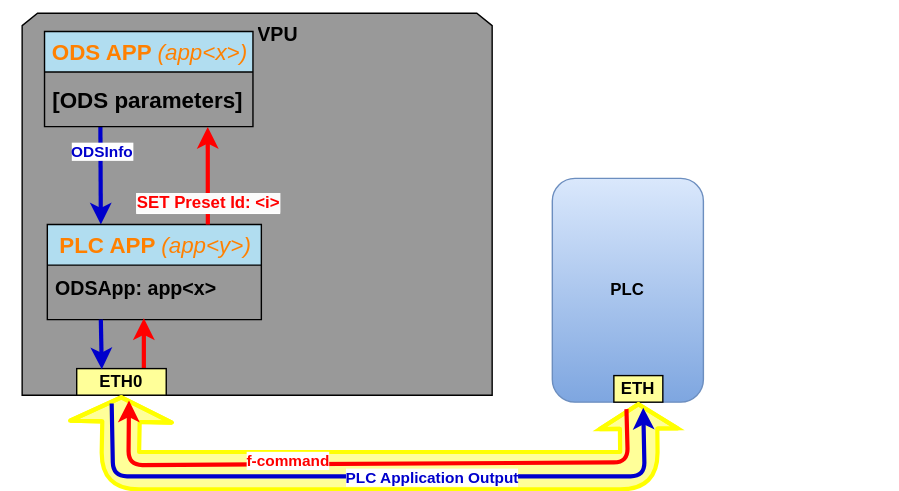
ifm/documentation keeps this draw.io diagram as PLC/plc_resources/plc_vpu_comms.drawio.svg. Above is the earlier version. Source tidied: cells renumbered, new cells last; positions are measured from the earlier drawing's top-left corner, leaving out a move shared by most shapes. The source it was exported from:
```xml
<mxGraphModel>
  <root>
    <mxCell id="0" />
    <mxCell id="1" parent="0" />
    <mxCell id="2" style="group;" parent="1" vertex="1">
      <mxGeometry y="74" width="642" height="273" as="geometry" />
    </mxCell>
    <mxCell id="3" value="&lt;b&gt;PLC&lt;br&gt;&lt;/b&gt;" style="rounded=1;whiteSpace=wrap;html=1;fillColor=#dae8fc;gradientColor=#7ea6e0;strokeColor=#6c8ebf;" parent="2" vertex="1">
      <mxGeometry x="394" y="53" width="108" height="160" as="geometry" />
    </mxCell>
    <mxCell id="4" style="group;" parent="2" vertex="1">
      <mxGeometry x="15" y="-65" width="336" height="276" as="geometry" />
    </mxCell>
    <mxCell id="5" style="shape=loopLimit;whiteSpace=wrap;html=1;size=11;fillColor=#999999;" parent="4" vertex="1">
      <mxGeometry width="336" height="273" as="geometry" />
    </mxCell>
    <mxCell id="6" style="edgeStyle=none;html=1;strokeColor=#0000CC;strokeWidth=3;fontColor=#FF0000;startArrow=none;startFill=0;entryX=0.25;entryY=0;entryDx=0;entryDy=0;exitX=0.268;exitY=1.002;exitDx=0;exitDy=0;exitPerimeter=0;" parent="4" edge="1" source="9" target="12">
      <mxGeometry relative="1" as="geometry" />
    </mxCell>
    <mxCell id="7" value="&lt;b style=&quot;&quot;&gt;&lt;font color=&quot;#0000cc&quot;&gt;ODSInfo&lt;/font&gt;&lt;/b&gt;" style="edgeLabel;html=1;align=center;verticalAlign=middle;fontColor=#FF0000;" parent="6" vertex="1">
      <mxGeometry x="-0.51" relative="1" as="geometry" />
    </mxCell>
    <mxCell id="8" value="&lt;font color=&quot;#ff8000&quot;&gt;ODS APP&amp;nbsp;&lt;i style=&quot;border-color: var(--border-color); font-weight: normal;&quot;&gt;(app&amp;lt;x&amp;gt;)&lt;/i&gt;&lt;/font&gt;" style="swimlane;fontStyle=1;align=center;verticalAlign=middle;horizontal=1;startSize=29;html=1;rounded=0;shadow=0;glass=0;labelBackgroundColor=none;sketch=0;fillStyle=solid;fontSize=16;fontColor=#FFFFFF;fillColor=#B1DDF0;gradientColor=none;" parent="4" vertex="1">
      <mxGeometry x="16" y="13" width="149" height="68" as="geometry" />
    </mxCell>
    <mxCell id="9" value="&lt;font color=&quot;#000000&quot;&gt;&lt;b&gt;[ODS parameters]&lt;/b&gt;&lt;/font&gt;" style="text;html=1;strokeColor=none;fillColor=none;align=left;verticalAlign=middle;spacingLeft=4;spacingRight=4;overflow=hidden;points=[[0,0.5],[1,0.5]];portConstraint=eastwest;rounded=0;shadow=0;glass=0;labelBackgroundColor=none;sketch=0;fillStyle=solid;fontSize=16;fontColor=#FFFFFF;" parent="8" vertex="1">
      <mxGeometry y="29" width="149" height="39" as="geometry" />
    </mxCell>
    <mxCell id="10" value="&lt;div style=&quot;&quot;&gt;&lt;b style=&quot;font-size: 14px; color: rgb(0, 0, 0); background-color: initial;&quot;&gt;VPU&lt;/b&gt;&lt;/div&gt;" style="text;html=1;strokeColor=none;fillColor=none;align=center;verticalAlign=middle;spacingLeft=4;spacingRight=4;overflow=hidden;rounded=0;shadow=0;glass=0;labelBackgroundColor=none;sketch=0;fillStyle=solid;fontSize=16;fontColor=#FFFFFF;" parent="4" vertex="1">
      <mxGeometry x="116" y="-9" width="134" height="46" as="geometry" />
    </mxCell>
    <mxCell id="11" style="group;" parent="4" vertex="1">
      <mxGeometry x="15" y="151" width="153" height="68" as="geometry" />
    </mxCell>
    <mxCell id="12" value="&lt;font color=&quot;#ff8000&quot;&gt;PLC APP &lt;i style=&quot;font-weight: normal;&quot;&gt;(app&amp;lt;y&amp;gt;)&lt;/i&gt;&lt;/font&gt;" style="swimlane;fontStyle=1;align=center;verticalAlign=middle;horizontal=1;startSize=29;html=1;rounded=0;shadow=0;glass=0;labelBackgroundColor=none;sketch=0;fillStyle=solid;fontSize=16;fontColor=#FFFFFF;fillColor=#B1DDF0;gradientColor=none;" parent="11" vertex="1">
      <mxGeometry x="3" width="153" height="68" as="geometry" />
    </mxCell>
    <mxCell id="13" value="&lt;font style=&quot;font-size: 14px;&quot;&gt;&lt;b&gt;&lt;font color=&quot;#000000&quot;&gt;ODSApp: app&amp;lt;x&amp;gt;&lt;/font&gt;&lt;/b&gt;&lt;/font&gt;&lt;b&gt;&lt;font color=&quot;#000000&quot;&gt;&amp;nbsp;&lt;/font&gt;&lt;/b&gt;" style="text;html=1;strokeColor=none;fillColor=none;align=left;verticalAlign=middle;spacingLeft=4;spacingRight=4;overflow=hidden;rounded=0;shadow=0;glass=0;labelBackgroundColor=none;sketch=0;fillStyle=solid;fontSize=16;fontColor=#FFFFFF;" parent="11" vertex="1">
      <mxGeometry x="3.2" y="26.4" width="143.4" height="36.8" as="geometry" />
    </mxCell>
    <mxCell id="14" style="edgeStyle=none;html=1;exitX=0.75;exitY=0;exitDx=0;exitDy=0;entryX=0.783;entryY=1.009;entryDx=0;entryDy=0;entryPerimeter=0;strokeColor=#FF0000;fontSize=9;fontColor=#FF0000;endArrow=classic;endFill=1;strokeWidth=3;" parent="4" edge="1" source="12" target="9">
      <mxGeometry relative="1" as="geometry" />
    </mxCell>
    <mxCell id="15" value="&lt;b style=&quot;border-color: var(--border-color); color: rgb(0, 0, 0); font-size: 12px; text-align: left; background-color: rgb(251, 251, 251);&quot;&gt;&lt;font style=&quot;border-color: var(--border-color);&quot; color=&quot;#ff0000&quot;&gt;SET Preset Id: &amp;lt;i&amp;gt;&lt;/font&gt;&lt;/b&gt;" style="edgeLabel;html=1;align=center;verticalAlign=middle;fontColor=#FF0000;" parent="14" vertex="1">
      <mxGeometry x="-0.34" relative="1" as="geometry">
        <mxPoint y="7" as="offset" />
      </mxGeometry>
    </mxCell>
    <mxCell id="16" style="edgeStyle=none;html=1;exitX=0.75;exitY=0;exitDx=0;exitDy=0;strokeColor=#FF0000;strokeWidth=3;fontColor=#000000;startArrow=none;startFill=0;fillColor=#FFFF99;" parent="4" edge="1" source="17">
      <mxGeometry relative="1" as="geometry">
        <mxPoint x="87" y="218" as="targetPoint" />
      </mxGeometry>
    </mxCell>
    <mxCell id="17" value="&lt;b&gt;&lt;font color=&quot;#000000&quot;&gt;ETH0&lt;/font&gt;&lt;/b&gt;" style="rounded=0;whiteSpace=wrap;html=1;fontColor=#0000CC;fillColor=#FFFF99;" parent="4" vertex="1">
      <mxGeometry x="39" y="254" width="64" height="19" as="geometry" />
    </mxCell>
    <mxCell id="18" style="edgeStyle=none;html=1;exitX=0.25;exitY=1;exitDx=0;exitDy=0;entryX=0.28;entryY=0.022;entryDx=0;entryDy=0;entryPerimeter=0;strokeColor=#0000CC;strokeWidth=3;fontColor=#000000;startArrow=none;startFill=0;fillColor=#FFFF99;" parent="4" edge="1" source="12" target="17">
      <mxGeometry relative="1" as="geometry" />
    </mxCell>
    <mxCell id="19" value="&lt;b&gt;&lt;font color=&quot;#000000&quot;&gt;ETH&lt;/font&gt;&lt;/b&gt;" style="rounded=0;whiteSpace=wrap;html=1;fontColor=#0000CC;fillColor=#FFFF99;" parent="2" vertex="1">
      <mxGeometry x="438" y="194" width="35" height="19" as="geometry" />
    </mxCell>
    <mxCell id="20" style="shape=flexArrow;endArrow=classic;startArrow=classic;html=1;strokeColor=#FFFF00;strokeWidth=3;fontColor=#000000;entryX=0.5;entryY=1;entryDx=0;entryDy=0;exitX=0.5;exitY=1;exitDx=0;exitDy=0;fillColor=#FFFF99;endWidth=43.02521008403361;endSize=4.816326530612245;width=24.745762711864405;startSize=4.816326530612245;startWidth=25.70169491525424;" parent="2" edge="1" source="19" target="17">
      <mxGeometry relative="1" as="geometry">
        <Array as="points">
          <mxPoint x="456" y="262" />
          <mxPoint x="85" y="262" />
        </Array>
      </mxGeometry>
    </mxCell>
    <mxCell id="21" style="edgeStyle=none;html=1;entryX=0.584;entryY=1.202;entryDx=0;entryDy=0;strokeColor=#FF0000;strokeWidth=3;fontColor=#0000CC;startArrow=none;startFill=0;entryPerimeter=0;" parent="2" edge="1" target="17">
      <mxGeometry relative="1" as="geometry">
        <mxPoint x="447" y="218" as="sourcePoint" />
        <Array as="points">
          <mxPoint x="448" y="256" />
          <mxPoint x="91" y="258" />
        </Array>
      </mxGeometry>
    </mxCell>
    <mxCell id="22" value="&lt;b&gt;&lt;font color=&quot;#ff0000&quot;&gt;f-command&lt;/font&gt;&lt;/b&gt;" style="edgeLabel;html=1;align=center;verticalAlign=middle;fontColor=#0000CC;" parent="21" vertex="1">
      <mxGeometry x="0.01" y="-3" relative="1" as="geometry">
        <mxPoint x="-58" as="offset" />
      </mxGeometry>
    </mxCell>
    <mxCell id="23" style="edgeStyle=none;html=1;strokeColor=#0000CC;strokeWidth=3;startArrow=none;startFill=0;" parent="2" edge="1">
      <mxGeometry relative="1" as="geometry">
        <mxPoint x="79" y="214" as="sourcePoint" />
        <mxPoint x="459" y="217" as="targetPoint" />
        <Array as="points">
          <mxPoint x="80" y="266" />
          <mxPoint x="460" y="266" />
        </Array>
      </mxGeometry>
    </mxCell>
    <mxCell id="24" value="&lt;font color=&quot;#0000cc&quot;&gt;&lt;b&gt;PLC Application Output&lt;/b&gt;&lt;/font&gt;" style="edgeLabel;html=1;align=center;verticalAlign=middle;fontColor=#FF0000;" parent="23" vertex="1">
      <mxGeometry x="0.17" relative="1" as="geometry" />
    </mxCell>
  </root>
</mxGraphModel>
```
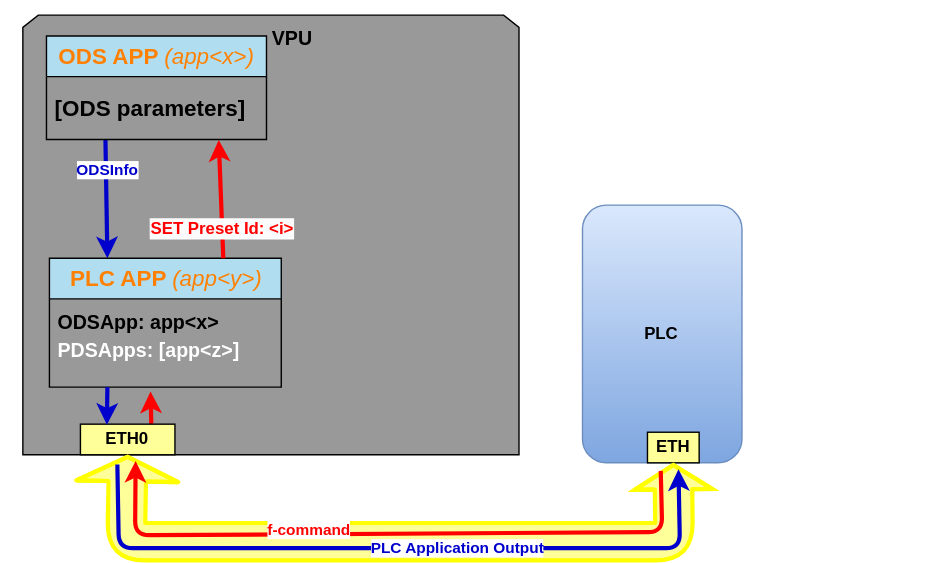
After the change.

Change to the diagram source:
```diff
@@ -3,16 +3,16 @@
     <mxCell id="0" />
     <mxCell id="1" parent="0" />
     <mxCell id="2" style="group;" parent="1" vertex="1">
-      <mxGeometry y="74" width="642" height="273" as="geometry" />
+      <mxGeometry y="74" width="677" height="314" as="geometry" />
     </mxCell>
     <mxCell id="3" value="&lt;b&gt;PLC&lt;br&gt;&lt;/b&gt;" style="rounded=1;whiteSpace=wrap;html=1;fillColor=#dae8fc;gradientColor=#7ea6e0;strokeColor=#6c8ebf;" parent="2" vertex="1">
-      <mxGeometry x="394" y="53" width="108" height="160" as="geometry" />
+      <mxGeometry x="415.5" y="61" width="113.9" height="184" as="geometry" />
     </mxCell>
     <mxCell id="4" style="group;" parent="2" vertex="1">
-      <mxGeometry x="15" y="-65" width="336" height="276" as="geometry" />
+      <mxGeometry x="15.8" y="-74.8" width="354.3" height="317.5" as="geometry" />
     </mxCell>
     <mxCell id="5" style="shape=loopLimit;whiteSpace=wrap;html=1;size=11;fillColor=#999999;" parent="4" vertex="1">
-      <mxGeometry width="336" height="273" as="geometry" />
+      <mxGeometry width="354.3" height="314" as="geometry" />
     </mxCell>
     <mxCell id="6" style="edgeStyle=none;html=1;strokeColor=#0000CC;strokeWidth=3;fontColor=#FF0000;startArrow=none;startFill=0;entryX=0.25;entryY=0;entryDx=0;entryDy=0;exitX=0.268;exitY=1.002;exitDx=0;exitDy=0;exitPerimeter=0;" parent="4" edge="1" source="9" target="12">
       <mxGeometry relative="1" as="geometry" />
@@ -21,22 +21,22 @@
       <mxGeometry x="-0.51" relative="1" as="geometry" />
     </mxCell>
     <mxCell id="8" value="&lt;font color=&quot;#ff8000&quot;&gt;ODS APP&amp;nbsp;&lt;i style=&quot;border-color: var(--border-color); font-weight: normal;&quot;&gt;(app&amp;lt;x&amp;gt;)&lt;/i&gt;&lt;/font&gt;" style="swimlane;fontStyle=1;align=center;verticalAlign=middle;horizontal=1;startSize=29;html=1;rounded=0;shadow=0;glass=0;labelBackgroundColor=none;sketch=0;fillStyle=solid;fontSize=16;fontColor=#FFFFFF;fillColor=#B1DDF0;gradientColor=none;" parent="4" vertex="1">
-      <mxGeometry x="16" y="13" width="149" height="68" as="geometry" />
+      <mxGeometry x="16.9" y="15" width="157.1" height="73.9" as="geometry" />
     </mxCell>
     <mxCell id="9" value="&lt;font color=&quot;#000000&quot;&gt;&lt;b&gt;[ODS parameters]&lt;/b&gt;&lt;/font&gt;" style="text;html=1;strokeColor=none;fillColor=none;align=left;verticalAlign=middle;spacingLeft=4;spacingRight=4;overflow=hidden;points=[[0,0.5],[1,0.5]];portConstraint=eastwest;rounded=0;shadow=0;glass=0;labelBackgroundColor=none;sketch=0;fillStyle=solid;fontSize=16;fontColor=#FFFFFF;" parent="8" vertex="1">
-      <mxGeometry y="29" width="149" height="39" as="geometry" />
+      <mxGeometry y="29" width="157.1" height="44.9" as="geometry" />
     </mxCell>
     <mxCell id="10" value="&lt;div style=&quot;&quot;&gt;&lt;b style=&quot;font-size: 14px; color: rgb(0, 0, 0); background-color: initial;&quot;&gt;VPU&lt;/b&gt;&lt;/div&gt;" style="text;html=1;strokeColor=none;fillColor=none;align=center;verticalAlign=middle;spacingLeft=4;spacingRight=4;overflow=hidden;rounded=0;shadow=0;glass=0;labelBackgroundColor=none;sketch=0;fillStyle=solid;fontSize=16;fontColor=#FFFFFF;" parent="4" vertex="1">
-      <mxGeometry x="116" y="-9" width="134" height="46" as="geometry" />
+      <mxGeometry x="122.3" y="-10.4" width="141.3" height="52.9" as="geometry" />
     </mxCell>
     <mxCell id="11" style="group;" parent="4" vertex="1">
-      <mxGeometry x="15" y="151" width="153" height="68" as="geometry" />
+      <mxGeometry x="15.8" y="173.7" width="168.7" height="92" as="geometry" />
     </mxCell>
     <mxCell id="12" value="&lt;font color=&quot;#ff8000&quot;&gt;PLC APP &lt;i style=&quot;font-weight: normal;&quot;&gt;(app&amp;lt;y&amp;gt;)&lt;/i&gt;&lt;/font&gt;" style="swimlane;fontStyle=1;align=center;verticalAlign=middle;horizontal=1;startSize=29;html=1;rounded=0;shadow=0;glass=0;labelBackgroundColor=none;sketch=0;fillStyle=solid;fontSize=16;fontColor=#FFFFFF;fillColor=#B1DDF0;gradientColor=none;" parent="11" vertex="1">
-      <mxGeometry x="3" width="153" height="68" as="geometry" />
+      <mxGeometry x="3.2" width="165.6" height="92" as="geometry" />
     </mxCell>
-    <mxCell id="13" value="&lt;font style=&quot;font-size: 14px;&quot;&gt;&lt;b&gt;&lt;font color=&quot;#000000&quot;&gt;ODSApp: app&amp;lt;x&amp;gt;&lt;/font&gt;&lt;/b&gt;&lt;/font&gt;&lt;b&gt;&lt;font color=&quot;#000000&quot;&gt;&amp;nbsp;&lt;/font&gt;&lt;/b&gt;" style="text;html=1;strokeColor=none;fillColor=none;align=left;verticalAlign=middle;spacingLeft=4;spacingRight=4;overflow=hidden;rounded=0;shadow=0;glass=0;labelBackgroundColor=none;sketch=0;fillStyle=solid;fontSize=16;fontColor=#FFFFFF;" parent="11" vertex="1">
-      <mxGeometry x="3.2" y="26.4" width="143.4" height="36.8" as="geometry" />
+    <mxCell id="13" value="&lt;font style=&quot;font-size: 14px;&quot;&gt;&lt;b&gt;&lt;font color=&quot;#000000&quot;&gt;ODSApp: app&amp;lt;x&amp;gt;&lt;br&gt;&lt;/font&gt;&lt;/b&gt;&lt;/font&gt;&lt;div&gt;&lt;font style=&quot;background-color: transparent; font-size: 14px;&quot;&gt;&lt;b&gt;PDSApps: [app&amp;lt;z&amp;gt;]&lt;/b&gt;&lt;/font&gt;&lt;b style=&quot;background-color: transparent;&quot;&gt;&amp;nbsp;&lt;/b&gt;&lt;b&gt;&lt;font color=&quot;#000000&quot;&gt;&amp;nbsp;&lt;/font&gt;&lt;/b&gt;&lt;/div&gt;" style="text;html=1;strokeColor=none;fillColor=none;align=left;verticalAlign=middle;spacingLeft=4;spacingRight=4;overflow=hidden;rounded=0;shadow=0;glass=0;labelBackgroundColor=none;sketch=0;fillStyle=solid;fontSize=16;fontColor=#FFFFFF;" parent="11" vertex="1">
+      <mxGeometry x="3.4" y="30.4" width="151.2" height="49.6" as="geometry" />
     </mxCell>
     <mxCell id="14" style="edgeStyle=none;html=1;exitX=0.75;exitY=0;exitDx=0;exitDy=0;entryX=0.783;entryY=1.009;entryDx=0;entryDy=0;entryPerimeter=0;strokeColor=#FF0000;fontSize=9;fontColor=#FF0000;endArrow=classic;endFill=1;strokeWidth=3;" parent="4" edge="1" source="12" target="9">
       <mxGeometry relative="1" as="geometry" />
@@ -48,32 +48,32 @@
     </mxCell>
     <mxCell id="16" style="edgeStyle=none;html=1;exitX=0.75;exitY=0;exitDx=0;exitDy=0;strokeColor=#FF0000;strokeWidth=3;fontColor=#000000;startArrow=none;startFill=0;fillColor=#FFFF99;" parent="4" edge="1" source="17">
       <mxGeometry relative="1" as="geometry">
-        <mxPoint x="87" y="218" as="targetPoint" />
+        <mxPoint x="91.2" y="268.8" as="targetPoint" />
       </mxGeometry>
     </mxCell>
     <mxCell id="17" value="&lt;b&gt;&lt;font color=&quot;#000000&quot;&gt;ETH0&lt;/font&gt;&lt;/b&gt;" style="rounded=0;whiteSpace=wrap;html=1;fontColor=#0000CC;fillColor=#FFFF99;" parent="4" vertex="1">
-      <mxGeometry x="39" y="254" width="64" height="19" as="geometry" />
+      <mxGeometry x="41.1" y="292.1" width="67.5" height="21.9" as="geometry" />
     </mxCell>
     <mxCell id="18" style="edgeStyle=none;html=1;exitX=0.25;exitY=1;exitDx=0;exitDy=0;entryX=0.28;entryY=0.022;entryDx=0;entryDy=0;entryPerimeter=0;strokeColor=#0000CC;strokeWidth=3;fontColor=#000000;startArrow=none;startFill=0;fillColor=#FFFF99;" parent="4" edge="1" source="12" target="17">
       <mxGeometry relative="1" as="geometry" />
     </mxCell>
     <mxCell id="19" value="&lt;b&gt;&lt;font color=&quot;#000000&quot;&gt;ETH&lt;/font&gt;&lt;/b&gt;" style="rounded=0;whiteSpace=wrap;html=1;fontColor=#0000CC;fillColor=#FFFF99;" parent="2" vertex="1">
-      <mxGeometry x="438" y="194" width="35" height="19" as="geometry" />
+      <mxGeometry x="461.9" y="223.1" width="36.9" height="21.9" as="geometry" />
     </mxCell>
     <mxCell id="20" style="shape=flexArrow;endArrow=classic;startArrow=classic;html=1;strokeColor=#FFFF00;strokeWidth=3;fontColor=#000000;entryX=0.5;entryY=1;entryDx=0;entryDy=0;exitX=0.5;exitY=1;exitDx=0;exitDy=0;fillColor=#FFFF99;endWidth=43.02521008403361;endSize=4.816326530612245;width=24.745762711864405;startSize=4.816326530612245;startWidth=25.70169491525424;" parent="2" edge="1" source="19" target="17">
       <mxGeometry relative="1" as="geometry">
         <Array as="points">
-          <mxPoint x="456" y="262" />
-          <mxPoint x="85" y="262" />
+          <mxPoint x="480.9" y="301.3" />
+          <mxPoint x="89.6" y="301.3" />
         </Array>
       </mxGeometry>
     </mxCell>
     <mxCell id="21" style="edgeStyle=none;html=1;entryX=0.584;entryY=1.202;entryDx=0;entryDy=0;strokeColor=#FF0000;strokeWidth=3;fontColor=#0000CC;startArrow=none;startFill=0;entryPerimeter=0;" parent="2" edge="1" target="17">
       <mxGeometry relative="1" as="geometry">
-        <mxPoint x="447" y="218" as="sourcePoint" />
+        <mxPoint x="471.4" y="250.7" as="sourcePoint" />
         <Array as="points">
-          <mxPoint x="448" y="256" />
-          <mxPoint x="91" y="258" />
+          <mxPoint x="472.4" y="294.4" />
+          <mxPoint x="96" y="296.7" />
         </Array>
       </mxGeometry>
     </mxCell>
@@ -84,11 +84,11 @@
     </mxCell>
     <mxCell id="23" style="edgeStyle=none;html=1;strokeColor=#0000CC;strokeWidth=3;startArrow=none;startFill=0;" parent="2" edge="1">
       <mxGeometry relative="1" as="geometry">
-        <mxPoint x="79" y="214" as="sourcePoint" />
-        <mxPoint x="459" y="217" as="targetPoint" />
+        <mxPoint x="83.3" y="246.1" as="sourcePoint" />
+        <mxPoint x="484" y="249.6" as="targetPoint" />
         <Array as="points">
-          <mxPoint x="80" y="266" />
-          <mxPoint x="460" y="266" />
+          <mxPoint x="84.4" y="305.9" />
+          <mxPoint x="485.1" y="305.9" />
         </Array>
       </mxGeometry>
     </mxCell>
```
